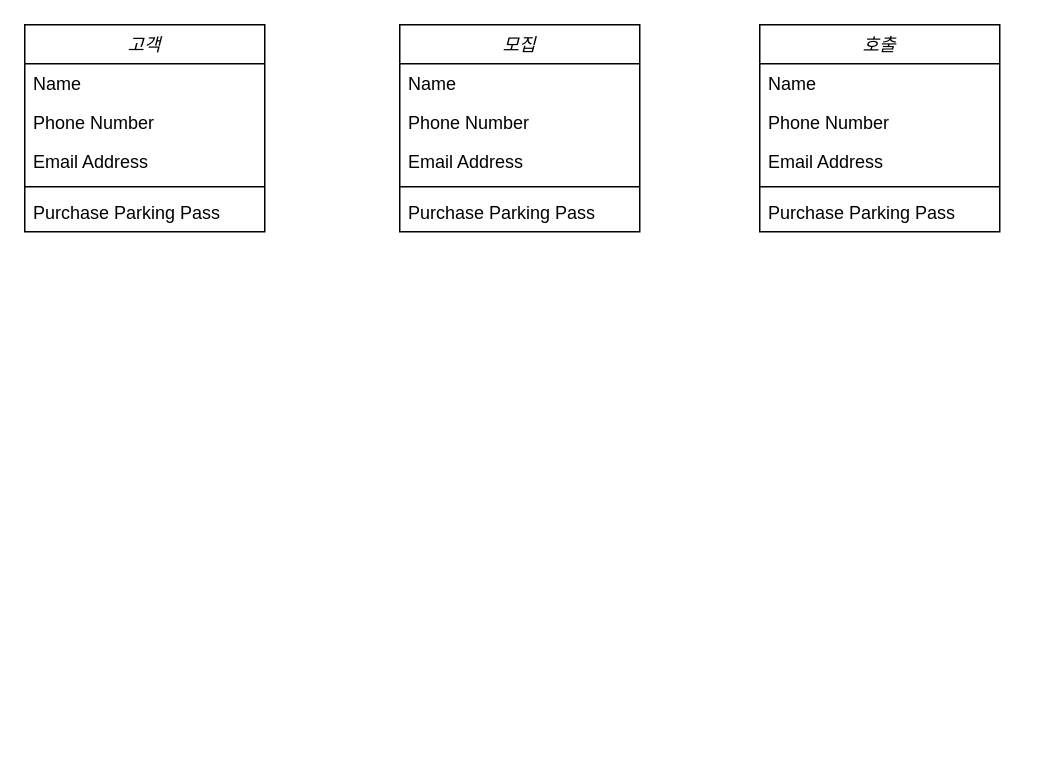
0abcde0/Git-Tutorial keeps this draw.io diagram as 제목 없는 다이어그램.drawio. Above is the earlier version. Source tidied: cells renumbered, new cells numbered last; positions are measured from the earlier drawing's top-left corner, leaving out a move shared by most shapes. Both pictures are drawn from the tidied source at 150%, with x=0, y=0 at pixel (24, 24).
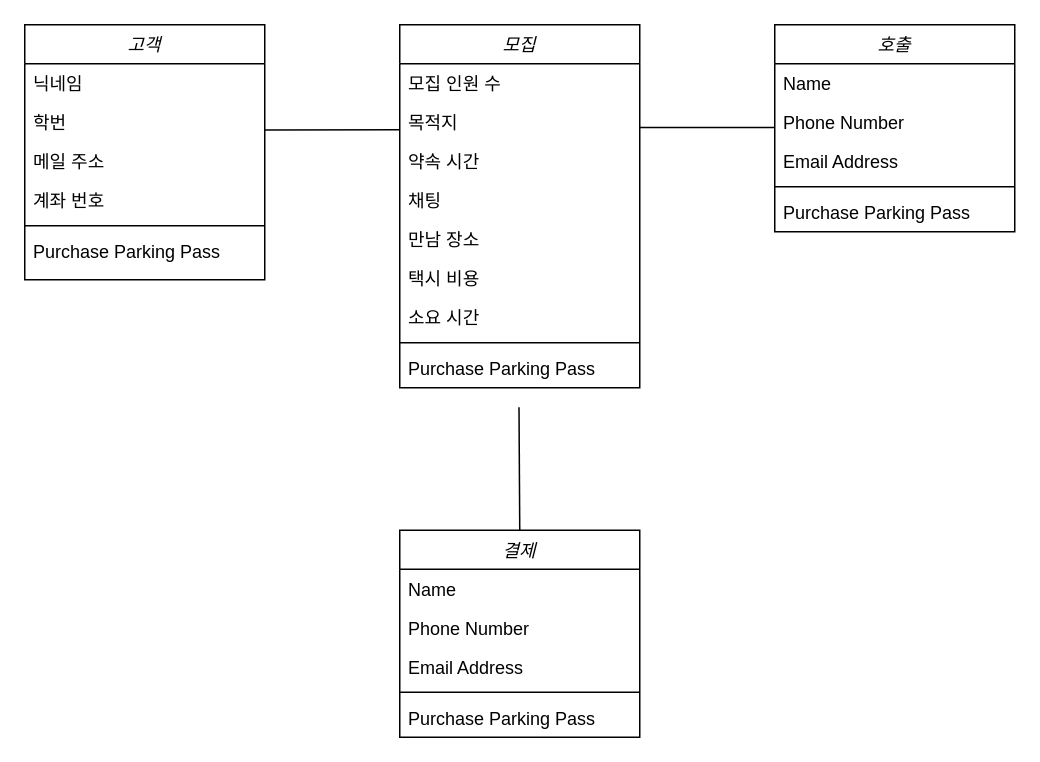
Above is the later version.

Commit message:
클래스 다이어그램

Diff of the diagram source:
```diff
@@
     <mxCell id="2" value="고객" style="swimlane;fontStyle=2;align=center;verticalAlign=top;horizontal=1;startSize=26;rounded=0;shadow=0;strokeWidth=1;" parent="1" vertex="1">
-      <mxGeometry width="160" height="138" as="geometry" />
+      <mxGeometry width="160" height="170" as="geometry" />
     </mxCell>
-    <mxCell id="3" value="Name" style="text;align=left;verticalAlign=top;spacingLeft=4;spacingRight=4;overflow=hidden;" parent="2" vertex="1">
+    <mxCell id="3" value="닉네임" style="text;align=left;verticalAlign=top;spacingLeft=4;spacingRight=4;overflow=hidden;" parent="2" vertex="1">
       <mxGeometry y="26" width="160" height="26" as="geometry" />
     </mxCell>
-    <mxCell id="4" value="Phone Number" style="text;align=left;verticalAlign=top;spacingLeft=4;spacingRight=4;overflow=hidden;points=[[0,0.5],[1,0.5]];portConstraint=eastwest;rounded=0;shadow=0;html=0;" parent="2" vertex="1">
+    <mxCell id="4" value="학번" style="text;align=left;verticalAlign=top;spacingLeft=4;spacingRight=4;overflow=hidden;points=[[0,0.5],[1,0.5]];portConstraint=eastwest;rounded=0;shadow=0;html=0;" parent="2" vertex="1">
       <mxGeometry y="52" width="160" height="26" as="geometry" />
     </mxCell>
+    <mxCell id="20" value="메일 주소" style="text;align=left;verticalAlign=top;spacingLeft=4;spacingRight=4;overflow=hidden;rounded=0;shadow=0;html=0;" parent="2" vertex="1">
+      <mxGeometry y="78" width="160" height="26" as="geometry" />
+    </mxCell>
-    <mxCell id="5" value="Email Address" style="text;align=left;verticalAlign=top;spacingLeft=4;spacingRight=4;overflow=hidden;rounded=0;shadow=0;html=0;" parent="2" vertex="1">
-      <mxGeometry y="78" width="160" height="26" as="geometry" />
+    <mxCell id="5" value="계좌 번호" style="text;align=left;verticalAlign=top;spacingLeft=4;spacingRight=4;overflow=hidden;rounded=0;shadow=0;html=0;" parent="2" vertex="1">
+      <mxGeometry y="104" width="160" height="26" as="geometry" />
     </mxCell>
     <mxCell id="6" style="line;html=1;strokeWidth=1;align=left;verticalAlign=middle;spacingTop=-1;spacingLeft=3;spacingRight=3;labelPosition=right;" parent="2" vertex="1">
-      <mxGeometry y="104" width="160" height="8" as="geometry" />
+      <mxGeometry y="130" width="160" height="8" as="geometry" />
     </mxCell>
     <mxCell id="7" value="Purchase Parking Pass" style="text;align=left;verticalAlign=top;spacingLeft=4;spacingRight=4;overflow=hidden;" parent="2" vertex="1">
-      <mxGeometry y="112" width="160" height="26" as="geometry" />
+      <mxGeometry y="138" width="160" height="26" as="geometry" />
     </mxCell>
     <mxCell id="8" value="모집" style="swimlane;fontStyle=2;align=center;verticalAlign=top;horizontal=1;startSize=26;rounded=0;shadow=0;strokeWidth=1;" parent="1" vertex="1">
-      <mxGeometry x="250" width="160" height="138" as="geometry" />
+      <mxGeometry x="250" width="160" height="242" as="geometry" />
     </mxCell>
-    <mxCell id="9" value="Name" style="text;align=left;verticalAlign=top;spacingLeft=4;spacingRight=4;overflow=hidden;" parent="8" vertex="1">
+    <mxCell id="9" value="모집 인원 수" style="text;align=left;verticalAlign=top;spacingLeft=4;spacingRight=4;overflow=hidden;" parent="8" vertex="1">
       <mxGeometry y="26" width="160" height="26" as="geometry" />
     </mxCell>
-    <mxCell id="10" value="Phone Number" style="text;align=left;verticalAlign=top;spacingLeft=4;spacingRight=4;overflow=hidden;rounded=0;shadow=0;html=0;" parent="8" vertex="1">
+    <mxCell id="10" value="목적지" style="text;align=left;verticalAlign=top;spacingLeft=4;spacingRight=4;overflow=hidden;rounded=0;shadow=0;html=0;" parent="8" vertex="1">
       <mxGeometry y="52" width="160" height="26" as="geometry" />
     </mxCell>
-    <mxCell id="11" value="Email Address" style="text;align=left;verticalAlign=top;spacingLeft=4;spacingRight=4;overflow=hidden;rounded=0;shadow=0;html=0;" parent="8" vertex="1">
+    <mxCell id="11" value="약속 시간" style="text;align=left;verticalAlign=top;spacingLeft=4;spacingRight=4;overflow=hidden;rounded=0;shadow=0;html=0;" parent="8" vertex="1">
       <mxGeometry y="78" width="160" height="26" as="geometry" />
     </mxCell>
+    <mxCell id="21" value="채팅" style="text;align=left;verticalAlign=top;spacingLeft=4;spacingRight=4;overflow=hidden;rounded=0;shadow=0;html=0;" parent="8" vertex="1">
+      <mxGeometry y="104" width="160" height="26" as="geometry" />
+    </mxCell>
+    <mxCell id="22" value="만남 장소" style="text;align=left;verticalAlign=top;spacingLeft=4;spacingRight=4;overflow=hidden;rounded=0;shadow=0;html=0;" parent="8" vertex="1">
+      <mxGeometry y="130" width="160" height="26" as="geometry" />
+    </mxCell>
+    <mxCell id="23" value="택시 비용" style="text;align=left;verticalAlign=top;spacingLeft=4;spacingRight=4;overflow=hidden;rounded=0;shadow=0;html=0;" parent="8" vertex="1">
+      <mxGeometry y="156" width="160" height="26" as="geometry" />
+    </mxCell>
+    <mxCell id="24" value="소요 시간" style="text;align=left;verticalAlign=top;spacingLeft=4;spacingRight=4;overflow=hidden;rounded=0;shadow=0;html=0;" parent="8" vertex="1">
+      <mxGeometry y="182" width="160" height="26" as="geometry" />
+    </mxCell>
     <mxCell id="12" style="line;html=1;strokeWidth=1;align=left;verticalAlign=middle;spacingTop=-1;spacingLeft=3;spacingRight=3;labelPosition=right;" parent="8" vertex="1">
-      <mxGeometry y="104" width="160" height="8" as="geometry" />
+      <mxGeometry y="208" width="160" height="8" as="geometry" />
     </mxCell>
     <mxCell id="13" value="Purchase Parking Pass" style="text;align=left;verticalAlign=top;spacingLeft=4;spacingRight=4;overflow=hidden;" parent="8" vertex="1">
-      <mxGeometry y="112" width="160" height="26" as="geometry" />
+      <mxGeometry y="216" width="160" height="26" as="geometry" />
     </mxCell>
     <mxCell id="14" value="호출" style="swimlane;fontStyle=2;align=center;verticalAlign=top;horizontal=1;startSize=26;rounded=0;shadow=0;strokeWidth=1;" parent="1" vertex="1">
-      <mxGeometry x="490" width="160" height="138" as="geometry" />
+      <mxGeometry x="500" width="160" height="138" as="geometry" />
     </mxCell>
@@
+    <mxCell id="25" value="결제" style="swimlane;fontStyle=2;align=center;verticalAlign=top;horizontal=1;startSize=26;rounded=0;shadow=0;strokeWidth=1;" parent="1" vertex="1">
+      <mxGeometry x="250" y="337" width="160" height="138" as="geometry" />
+    </mxCell>
+    <mxCell id="26" value="Name" style="text;align=left;verticalAlign=top;spacingLeft=4;spacingRight=4;overflow=hidden;" parent="25" vertex="1">
+      <mxGeometry y="26" width="160" height="26" as="geometry" />
+    </mxCell>
+    <mxCell id="27" value="Phone Number" style="text;align=left;verticalAlign=top;spacingLeft=4;spacingRight=4;overflow=hidden;rounded=0;shadow=0;html=0;" parent="25" vertex="1">
+      <mxGeometry y="52" width="160" height="26" as="geometry" />
+    </mxCell>
+    <mxCell id="28" value="Email Address" style="text;align=left;verticalAlign=top;spacingLeft=4;spacingRight=4;overflow=hidden;rounded=0;shadow=0;html=0;" parent="25" vertex="1">
+      <mxGeometry y="78" width="160" height="26" as="geometry" />
+    </mxCell>
+    <mxCell id="29" style="line;html=1;strokeWidth=1;align=left;verticalAlign=middle;spacingTop=-1;spacingLeft=3;spacingRight=3;labelPosition=right;" parent="25" vertex="1">
+      <mxGeometry y="104" width="160" height="8" as="geometry" />
+    </mxCell>
+    <mxCell id="30" value="Purchase Parking Pass" style="text;align=left;verticalAlign=top;spacingLeft=4;spacingRight=4;overflow=hidden;" parent="25" vertex="1">
+      <mxGeometry y="112" width="160" height="26" as="geometry" />
+    </mxCell>
+    <mxCell id="31" style="endArrow=none;html=1;rounded=0;exitX=1;exitY=0.701;exitDx=0;exitDy=0;exitPerimeter=0;" parent="1" edge="1" source="4">
+      <mxGeometry relative="1" as="geometry">
+        <mxPoint x="250" y="70" as="targetPoint" />
+      </mxGeometry>
+    </mxCell>
+    <mxCell id="32" style="endArrow=none;html=1;rounded=0;exitX=1;exitY=0.701;exitDx=0;exitDy=0;exitPerimeter=0;" parent="1" edge="1">
+      <mxGeometry relative="1" as="geometry">
+        <mxPoint x="410" y="68.5" as="sourcePoint" />
+        <mxPoint x="500" y="68.5" as="targetPoint" />
+      </mxGeometry>
+    </mxCell>
+    <mxCell id="33" style="endArrow=none;html=1;rounded=0;exitX=0.5;exitY=0;exitDx=0;exitDy=0;" parent="1" edge="1" source="25">
+      <mxGeometry relative="1" as="geometry">
+        <mxPoint x="329.5" y="255" as="targetPoint" />
+      </mxGeometry>
+    </mxCell>
```
